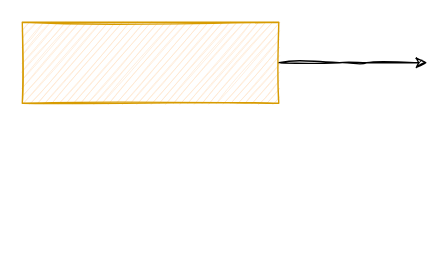
The draw.io diagram JAVA线程状态变化.drawio in nayouzhenai/java_web, before the edit. Source tidied: cells renumbered, new cells numbered last; positions are measured from the earlier drawing's top-left corner, leaving out a move shared by most shapes. Both pictures are drawn from the tidied source at 135%, with x=0, y=0 at pixel (22, 22).
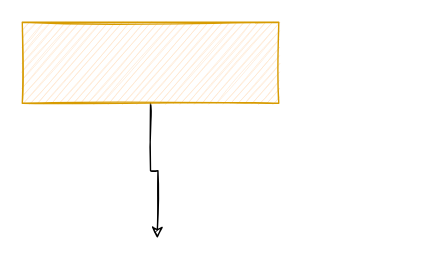
The same diagram, later.

Commit message (it also covers changes not shown here):
更新JAVA线程状态变化.drawio

Diff of the diagram source:
```diff
@@
 <mxGraphModel>
   <root>
     <mxCell id="0" />
     <mxCell id="1" parent="0" />
-    <mxCell id="2" style="edgeStyle=orthogonalEdgeStyle;curved=0;rounded=1;sketch=1;jettySize=auto;html=1;shadow=0;jumpSize=6;strokeWidth=1;" parent="1" edge="1" source="3">
+    <mxCell id="2" style="edgeStyle=orthogonalEdgeStyle;sketch=1;jettySize=auto;html=1;shadow=0;jumpSize=6;strokeWidth=1;rounded=0;" parent="1" edge="1" source="3">
       <mxGeometry relative="1" as="geometry">
-        <mxPoint x="300" y="30" as="targetPoint" />
+        <mxPoint x="100" y="160" as="targetPoint" />
       </mxGeometry>
     </mxCell>
     <mxCell id="3" style="rounded=0;whiteSpace=wrap;html=1;shadow=0;glass=0;sketch=1;fillColor=#ffe6cc;strokeColor=#d79b00;" parent="1" vertex="1">
       <mxGeometry width="190" height="60" as="geometry" />
     </mxCell>
   </root>
 </mxGraphModel>
```
